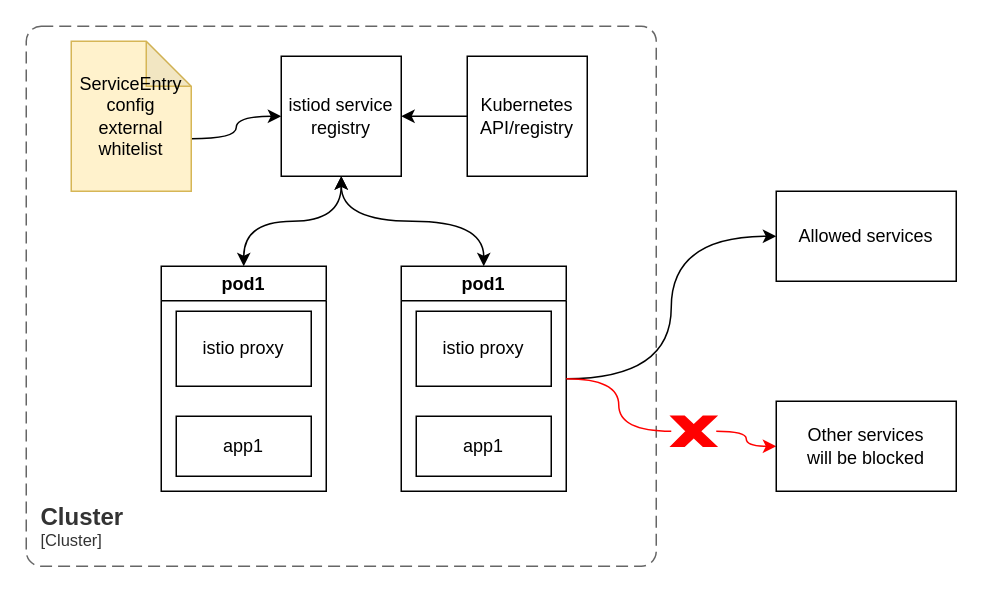
yysyp/sampleall keeps this draw.io diagram as k8s/istio/serviceEntryControl.drawio. Above is the earlier version. Source tidied: cells renumbered, new cells numbered last; positions are measured from the earlier drawing's top-left corner, leaving out a move shared by most shapes. Both pictures are drawn from the tidied source at 150%, with x=0, y=0 at pixel (26, 26).
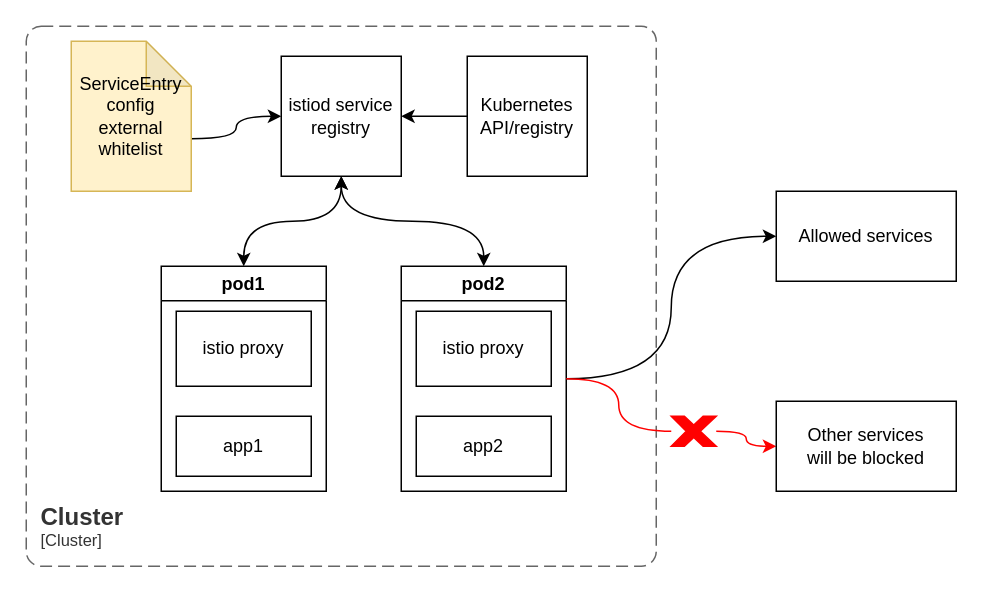
After the change.

The edit, as a diff of the source:
```diff
@@
-    <mxCell id="14" value="pod1" style="swimlane;" parent="1" vertex="1">
+    <mxCell id="14" value="pod2" style="swimlane;" parent="1" vertex="1">
       <mxGeometry x="250" y="160" width="110" height="150" as="geometry" />
     </mxCell>
-    <mxCell id="15" value="app1" style="rounded=0;whiteSpace=wrap;html=1;" parent="14" vertex="1">
+    <mxCell id="15" value="app2" style="rounded=0;whiteSpace=wrap;html=1;" parent="14" vertex="1">
       <mxGeometry x="10" y="100" width="90" height="40" as="geometry" />
     </mxCell>
```
